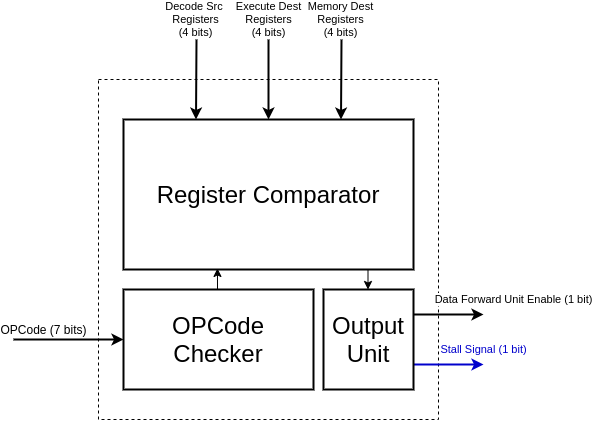
mido3ds/pipeline-risc-cpu keeps this draw.io diagram as docs/hdu.png. Above is the earlier version. Source tidied: cells renumbered, new cells last; positions are measured from the earlier drawing's top-left corner, leaving out a move shared by most shapes.
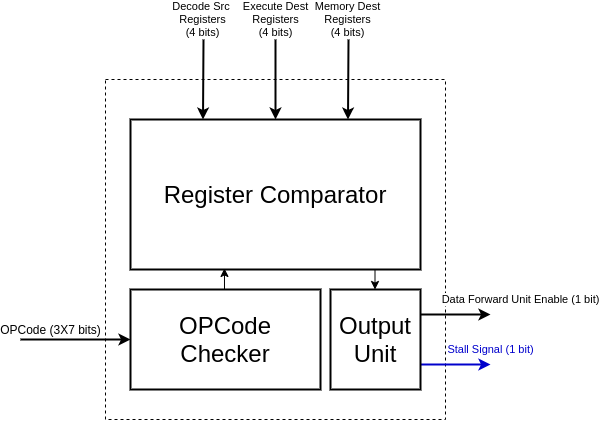
The same file after the commit.

Commit message:
added signals to HDU for load-use case

The edit, as a diff of the source:
```diff
@@ -34,7 +34,7 @@
         <mxPoint x="354.5" y="250" as="targetPoint" />
       </mxGeometry>
     </mxCell>
-    <mxCell id="10" value="&lt;font style=&quot;font-size: 12px&quot;&gt;OPCode (7 bits)&lt;/font&gt;" style="endArrow=classic;html=1;entryX=0;entryY=0.5;entryDx=0;entryDy=0;strokeWidth=2;" parent="1" edge="1" target="8">
+    <mxCell id="10" value="&lt;font style=&quot;font-size: 12px&quot;&gt;OPCode (3X7 bits)&lt;/font&gt;" style="endArrow=classic;html=1;entryX=0;entryY=0.5;entryDx=0;entryDy=0;strokeWidth=2;" parent="1" edge="1" target="8">
       <mxGeometry x="-0.45" y="10" relative="1" as="geometry">
         <mxPoint y="300" as="sourcePoint" />
       </mxGeometry>
```
